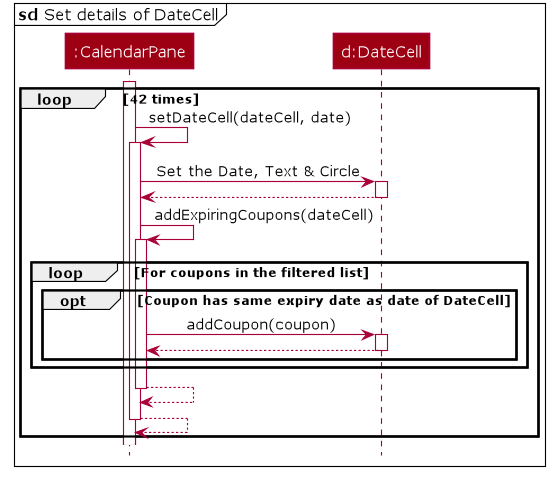
Above: docs/images/CalendarSequenceDiagram_Ref_SetDetailsOfDateCell.png in nus-cs2103-AY1920S2/addressbook-level3 (PlantUML), before the change. The source it was exported from:
```plantuml
@startuml








skinparam BackgroundColor #FFFFFFF

skinparam Shadowing false

skinparam Class {
    FontColor #FFFFFF
    BorderThickness 1
    BorderColor #FFFFFF
    StereotypeFontColor #FFFFFF
    FontName Verdana
}

skinparam Actor {
    BorderColor #000000
    Color #000000
    FontName Verdana
}

skinparam Sequence {
    MessageAlign center
    BoxFontSize 15
    BoxPadding 0
    BoxFontColor #FFFFFF
    FontName Verdana
}

skinparam Participant {
    FontColor #FFFFFFF
    Padding 20
}

skinparam NoteBackgroundColor ghostwhite
skinparam NoteBorderColor #3333C4
skinparam DefaultFontName Verdana


skinparam MinClassWidth 50
skinparam ParticipantPadding 10
skinparam Shadowing false
skinparam DefaultTextAlignment center
skinparam packageStyle Rectangle

hide footbox
hide members
hide circle

mainframe <b>sd</b> Set details of DateCell
participant ":CalendarPane" as CalendarPane #9D0012
participant "d:DateCell" as DateCell #9D0012

activate CalendarPane

loop 42 times

    CalendarPane -> CalendarPane: setDateCell(dateCell, date)
    activate CalendarPane

    CalendarPane -> DateCell: Set the Date, Text & Circle
    activate DateCell

    DateCell --> CalendarPane
    deactivate DateCell

    CalendarPane -> CalendarPane: addExpiringCoupons(dateCell)
    activate CalendarPane

    loop For coupons in the filtered list

        opt Coupon has same expiry date as date of DateCell
            CalendarPane -> DateCell: addCoupon(coupon)
            activate DateCell

            DateCell --> CalendarPane
            deactivate DateCell
        end

    end
    deactivate DateCell

    CalendarPane --> CalendarPane
    deactivate CalendarPane

    CalendarPane --> CalendarPane
    deactivate CalendarPane
end

@enduml
```
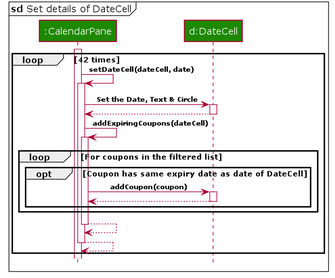
Above is the later version.

Change to the diagram source:
```diff
@@ -1,4 +1,6 @@
 @startuml
+
+
 
 
 
@@ -17,6 +19,7 @@
     BorderColor #FFFFFF
     StereotypeFontColor #FFFFFF
     FontName Verdana
+    AttributeFontColor #FFFFFF
 }
 
 skinparam Actor {
@@ -27,7 +30,7 @@
 
 skinparam Sequence {
     MessageAlign center
-    BoxFontSize 15
+    BoxFontSize 12
     BoxPadding 0
     BoxFontColor #FFFFFF
     FontName Verdana
@@ -38,24 +41,30 @@
     Padding 20
 }
 
+skinparam GenericDisplay zz
+
+skinparam ArrowFontSize 10
+skinparam ArrowFontStyle bold
+
 skinparam NoteBackgroundColor ghostwhite
 skinparam NoteBorderColor #3333C4
 skinparam DefaultFontName Verdana
-
 
 skinparam MinClassWidth 50
 skinparam ParticipantPadding 10
 skinparam Shadowing false
 skinparam DefaultTextAlignment center
 skinparam packageStyle Rectangle
+skinparam classAttributeIconSize 0
+skinparam genericDisplay old
 
 hide footbox
 hide members
 hide circle
 
 mainframe <b>sd</b> Set details of DateCell
-participant ":CalendarPane" as CalendarPane #9D0012
-participant "d:DateCell" as DateCell #9D0012
+participant ":CalendarPane" as CalendarPane #1D8900
+participant "d:DateCell" as DateCell #1D8900
 
 activate CalendarPane
 
```
